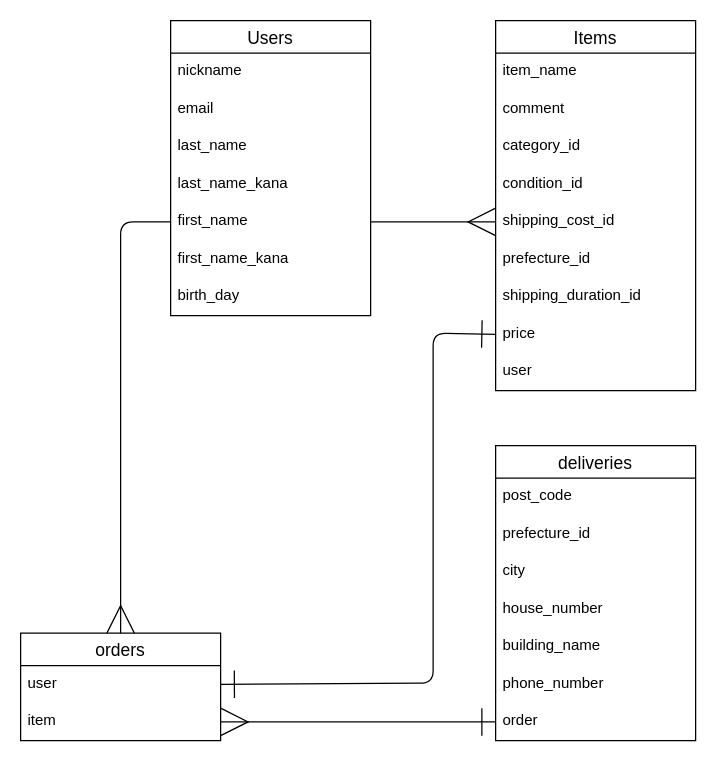
Above: database_er.dio in ikenatsu/furima-39578 (draw.io), before the change. Source tidied: cells renumbered, new cells numbered last; positions are measured from the earlier drawing's top-left corner, leaving out a move shared by most shapes. Both pictures are drawn from the tidied source at 125%, with x=0, y=0 at pixel (20, 20).
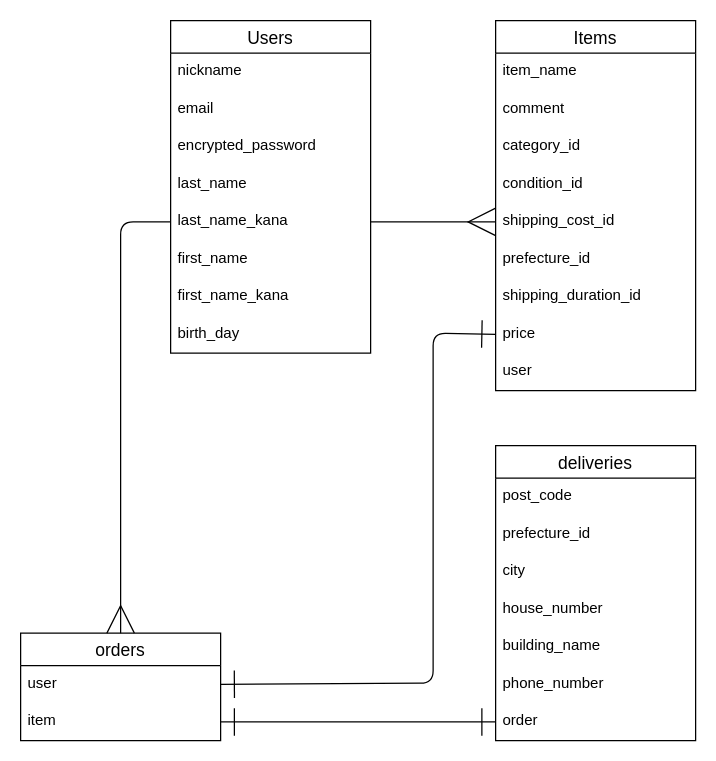
The same diagram, later.

Commit message (it also covers changes not shown here):
データベース設計の修正-2

The change refers to these unchanged cells:
```xml
<mxCell id="7" value="shipping_cost_id" style="text;strokeColor=none;fillColor=none;spacingLeft=4;spacingRight=4;overflow=hidden;points=[[0,0.5],[1,0.5]];portConstraint=eastwest;fontSize=12;" parent="2" vertex="1">
  <mxGeometry y="146" width="160" height="30" as="geometry" />
</mxCell>
<mxCell id="20" value="orders" style="swimlane;fontStyle=0;horizontal=1;startSize=26;align=center;fontSize=14;" parent="1" vertex="1">
  <mxGeometry y="490" width="160" height="86" as="geometry" />
</mxCell>
<mxCell id="22" value="item" style="text;strokeColor=none;fillColor=none;spacingLeft=4;spacingRight=4;overflow=hidden;points=[[0,0.5],[1,0.5]];portConstraint=eastwest;fontSize=12;" parent="20" vertex="1">
  <mxGeometry y="56" width="160" height="30" as="geometry" />
</mxCell>
<mxCell id="30" value="order" style="text;strokeColor=none;fillColor=none;spacingLeft=4;spacingRight=4;overflow=hidden;points=[[0,0.5],[1,0.5]];portConstraint=eastwest;fontSize=12;" parent="23" vertex="1">
  <mxGeometry y="206" width="160" height="30" as="geometry" />
</mxCell>
```

The edit, as a diff of the source:
```diff
@@
     <mxCell id="12" value="Users" style="swimlane;fontStyle=0;horizontal=1;startSize=26;align=center;fontSize=14;" parent="1" vertex="1">
-      <mxGeometry x="120" width="160" height="236" as="geometry" />
+      <mxGeometry x="120" width="160" height="266" as="geometry" />
     </mxCell>
@@
+    <mxCell id="35" value="encrypted_password" style="text;strokeColor=none;fillColor=none;spacingLeft=4;spacingRight=4;overflow=hidden;fontSize=12;" parent="12" vertex="1">
+      <mxGeometry y="86" width="160" height="30" as="geometry" />
+    </mxCell>
     <mxCell id="15" value="last_name" style="text;strokeColor=none;fillColor=none;spacingLeft=4;spacingRight=4;overflow=hidden;fontSize=12;" parent="12" vertex="1">
-      <mxGeometry y="86" width="160" height="30" as="geometry" />
+      <mxGeometry y="116" width="160" height="30" as="geometry" />
     </mxCell>
     <mxCell id="16" value="last_name_kana" style="text;strokeColor=none;fillColor=none;spacingLeft=4;spacingRight=4;overflow=hidden;points=[[0,0.5],[1,0.5]];portConstraint=eastwest;fontSize=12;" parent="12" vertex="1">
-      <mxGeometry y="116" width="160" height="30" as="geometry" />
+      <mxGeometry y="146" width="160" height="30" as="geometry" />
     </mxCell>
     <mxCell id="17" value="first_name" style="text;strokeColor=none;fillColor=none;spacingLeft=4;spacingRight=4;overflow=hidden;points=[[0,0.5],[1,0.5]];portConstraint=eastwest;fontSize=12;" parent="12" vertex="1">
-      <mxGeometry y="146" width="160" height="30" as="geometry" />
+      <mxGeometry y="176" width="160" height="30" as="geometry" />
     </mxCell>
     <mxCell id="18" value="first_name_kana" style="text;strokeColor=none;fillColor=none;spacingLeft=4;spacingRight=4;overflow=hidden;fontSize=12;" parent="12" vertex="1">
-      <mxGeometry y="176" width="160" height="30" as="geometry" />
+      <mxGeometry y="206" width="160" height="30" as="geometry" />
     </mxCell>
     <mxCell id="19" value="birth_day" style="text;strokeColor=none;fillColor=none;spacingLeft=4;spacingRight=4;overflow=hidden;fontSize=12;" parent="12" vertex="1">
-      <mxGeometry y="206" width="160" height="30" as="geometry" />
+      <mxGeometry y="236" width="160" height="30" as="geometry" />
     </mxCell>
@@
-    <mxCell id="31" style="html=1;exitX=1;exitY=0.5;exitDx=0;exitDy=0;endArrow=ERmany;endFill=0;strokeWidth=1;endSize=20;entryX=0;entryY=0.5;entryDx=0;entryDy=0;" parent="1" edge="1" source="17" target="7">
+    <mxCell id="31" style="html=1;exitX=1;exitY=0.5;exitDx=0;exitDy=0;endArrow=ERmany;endFill=0;strokeWidth=1;endSize=20;entryX=0;entryY=0.5;entryDx=0;entryDy=0;" parent="1" edge="1" source="16" target="7">
       <mxGeometry relative="1" as="geometry" />
     </mxCell>
-    <mxCell id="32" style="edgeStyle=none;html=1;exitX=0;exitY=0.5;exitDx=0;exitDy=0;entryX=0.5;entryY=0;entryDx=0;entryDy=0;strokeWidth=1;endArrow=ERmany;endFill=0;endSize=20;" parent="1" edge="1" source="17" target="20">
+    <mxCell id="32" style="edgeStyle=none;html=1;exitX=0;exitY=0.5;exitDx=0;exitDy=0;entryX=0.5;entryY=0;entryDx=0;entryDy=0;strokeWidth=1;endArrow=ERmany;endFill=0;endSize=20;" parent="1" edge="1" source="16" target="20">
       <mxGeometry relative="1" as="geometry">
         <Array as="points">
           <mxPoint x="80" y="161" />
         </Array>
       </mxGeometry>
     </mxCell>
@@
-    <mxCell id="34" style="edgeStyle=none;html=1;exitX=1;exitY=0.5;exitDx=0;exitDy=0;strokeWidth=1;startArrow=ERmany;startFill=0;endArrow=ERone;endFill=0;startSize=20;endSize=20;entryX=0;entryY=0.5;entryDx=0;entryDy=0;" parent="1" edge="1" source="22" target="30">
+    <mxCell id="34" style="edgeStyle=none;html=1;exitX=1;exitY=0.5;exitDx=0;exitDy=0;strokeWidth=1;startArrow=ERone;startFill=0;endArrow=ERone;endFill=0;startSize=20;endSize=20;entryX=0;entryY=0.5;entryDx=0;entryDy=0;" parent="1" edge="1" source="22" target="30">
       <mxGeometry relative="1" as="geometry" />
     </mxCell>
```
